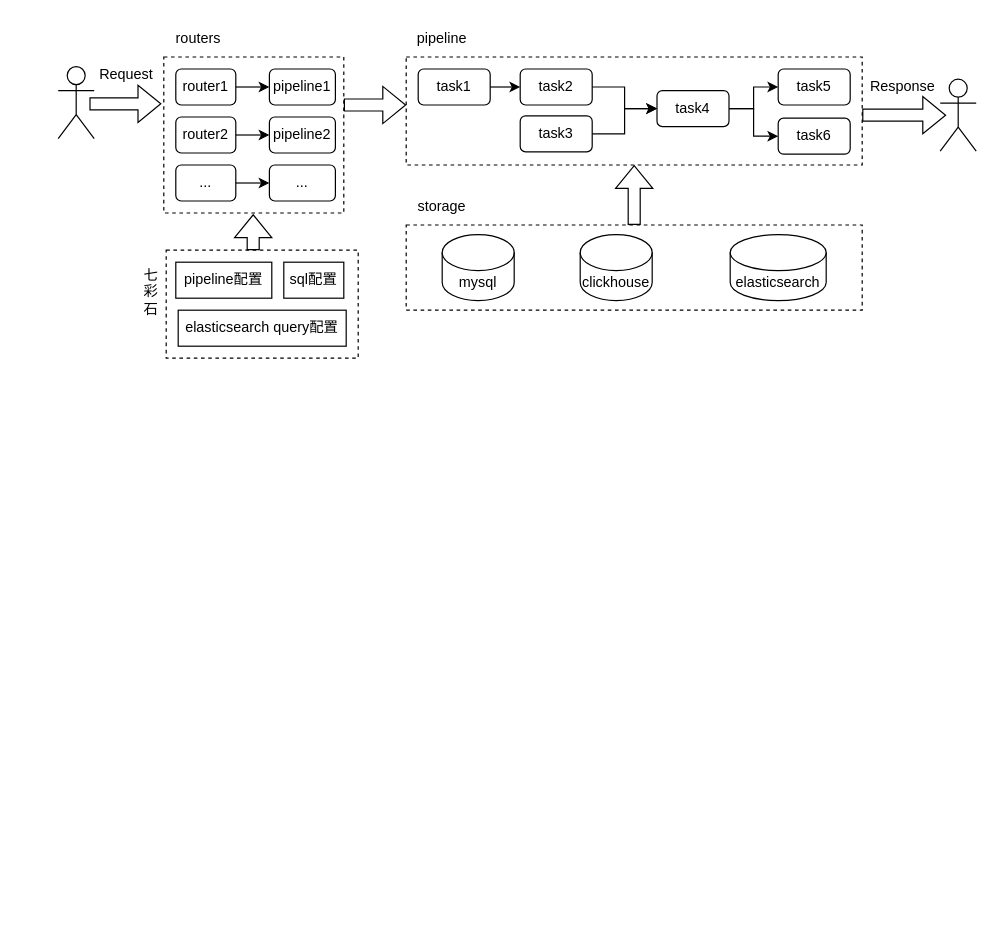
This is cbp-server.drawio from zhufuyin/draw, a draw.io file, before an edit. Source tidied: cells renumbered, new cells numbered last; positions are measured from the earlier drawing's top-left corner, leaving out a move shared by most shapes. Both pictures are drawn from the tidied source at 120%, with x=0, y=0 at pixel (58, 20).
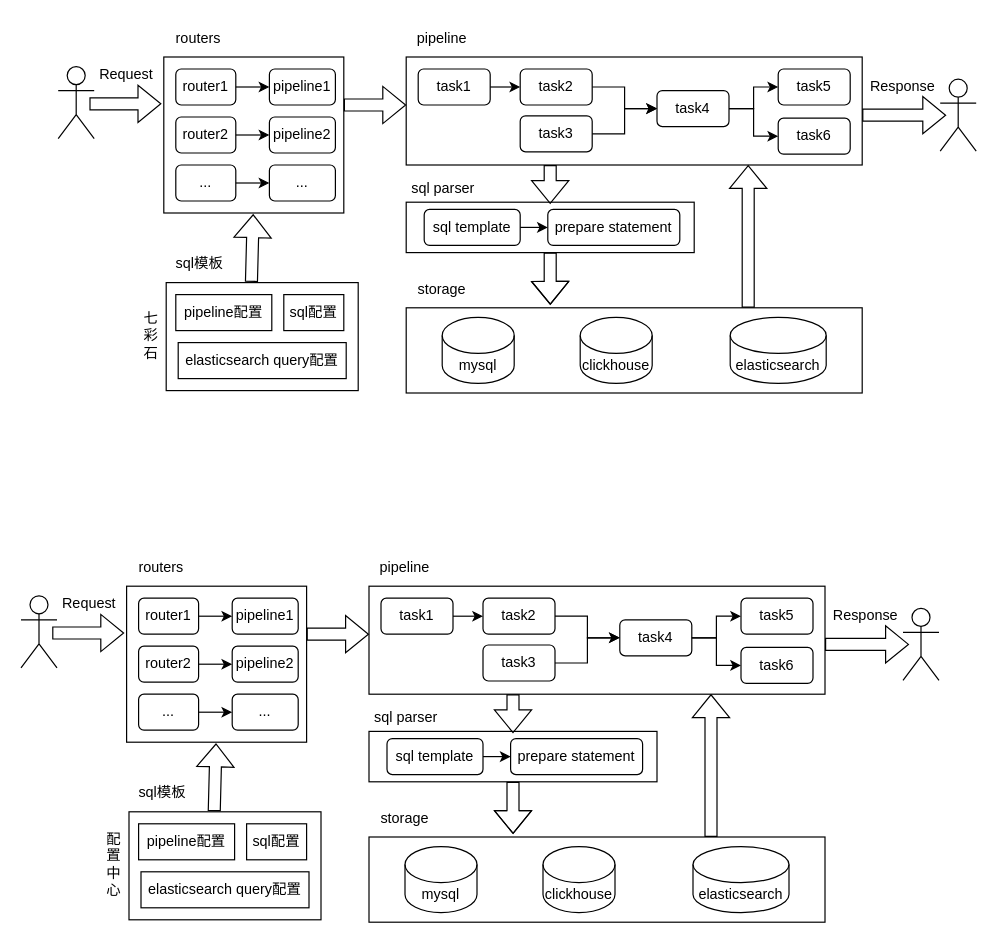
After the change.

The edit, as a diff of the source:
```diff
@@
+    <mxCell id="39" style="edgeStyle=orthogonalEdgeStyle;rounded=0;jettySize=auto;html=1;exitX=0.75;exitY=0;exitDx=0;exitDy=0;entryX=0.75;entryY=1;entryDx=0;entryDy=0;shape=flexArrow;" parent="1" edge="1" source="2" target="3">
+      <mxGeometry relative="1" as="geometry" />
+    </mxCell>
-    <mxCell id="2" style="rounded=0;whiteSpace=wrap;html=1;fillColor=none;dashed=1;" parent="1" vertex="1">
-      <mxGeometry x="290" y="170" width="380" height="71" as="geometry" />
+    <mxCell id="2" style="rounded=0;whiteSpace=wrap;html=1;fillColor=none;" parent="1" vertex="1">
+      <mxGeometry x="290" y="239" width="380" height="71" as="geometry" />
     </mxCell>
+    <mxCell id="45" style="edgeStyle=orthogonalEdgeStyle;rounded=0;orthogonalLoop=1;jettySize=auto;html=1;exitX=0.25;exitY=1;exitDx=0;exitDy=0;entryX=0.396;entryY=0.036;entryDx=0;entryDy=0;entryPerimeter=0;shape=flexArrow;" parent="1" edge="1">
+      <mxGeometry relative="1" as="geometry">
+        <mxPoint x="410" y="120" as="sourcePoint" />
+        <mxPoint x="410" y="152.5" as="targetPoint" />
+      </mxGeometry>
+    </mxCell>
-    <mxCell id="3" style="rounded=0;whiteSpace=wrap;html=1;fillColor=none;dashed=1;" parent="1" vertex="1">
+    <mxCell id="3" style="rounded=0;whiteSpace=wrap;html=1;fillColor=none;" parent="1" vertex="1">
       <mxGeometry x="290" y="30" width="380" height="90" as="geometry" />
     </mxCell>
@@
-    <mxCell id="21" style="rounded=0;whiteSpace=wrap;html=1;fillColor=none;dashed=1;" parent="1" vertex="1">
+    <mxCell id="21" style="rounded=0;whiteSpace=wrap;html=1;fillColor=none;" parent="1" vertex="1">
       <mxGeometry x="88" y="30" width="150" height="130" as="geometry" />
     </mxCell>
@@
     <mxCell id="25" value="pipeline配置" style="rounded=0;whiteSpace=wrap;html=1;fillColor=none;" parent="1" vertex="1">
-      <mxGeometry x="98" y="201" width="80" height="30" as="geometry" />
+      <mxGeometry x="98" y="228" width="80" height="30" as="geometry" />
     </mxCell>
     <mxCell id="26" value="sql配置" style="rounded=0;whiteSpace=wrap;html=1;fillColor=none;" parent="1" vertex="1">
-      <mxGeometry x="188" y="201" width="50" height="30" as="geometry" />
+      <mxGeometry x="188" y="228" width="50" height="30" as="geometry" />
     </mxCell>
     <mxCell id="27" value="elasticsearch query配置" style="rounded=0;whiteSpace=wrap;html=1;fillColor=none;" parent="1" vertex="1">
-      <mxGeometry x="100" y="241" width="140" height="30" as="geometry" />
+      <mxGeometry x="100" y="268" width="140" height="30" as="geometry" />
     </mxCell>
@@
     <mxCell id="35" value="mysql" style="shape=cylinder3;whiteSpace=wrap;html=1;boundedLbl=1;backgroundOutline=1;size=15;fillColor=none;" parent="1" vertex="1">
-      <mxGeometry x="320" y="178" width="60" height="55" as="geometry" />
+      <mxGeometry x="320" y="247" width="60" height="55" as="geometry" />
     </mxCell>
     <mxCell id="36" value="clickhouse" style="shape=cylinder3;whiteSpace=wrap;html=1;boundedLbl=1;backgroundOutline=1;size=15;fillColor=none;" parent="1" vertex="1">
-      <mxGeometry x="435" y="178" width="60" height="55" as="geometry" />
+      <mxGeometry x="435" y="247" width="60" height="55" as="geometry" />
     </mxCell>
     <mxCell id="37" value="elasticsearch" style="shape=cylinder3;whiteSpace=wrap;html=1;boundedLbl=1;backgroundOutline=1;size=15;fillColor=none;" parent="1" vertex="1">
-      <mxGeometry x="560" y="178" width="80" height="55" as="geometry" />
+      <mxGeometry x="560" y="247" width="80" height="55" as="geometry" />
     </mxCell>
@@
-    <mxCell id="39" style="shape=flexArrow;endArrow=classic;html=1;rounded=0;entryX=0.5;entryY=1;entryDx=0;entryDy=0;exitX=0.5;exitY=0;exitDx=0;exitDy=0;" parent="1" edge="1" source="2" target="3">
-      <mxGeometry relative="1" as="geometry" />
-    </mxCell>
-    <mxCell id="40" style="rounded=0;whiteSpace=wrap;html=1;fillColor=none;dashed=1;" parent="1" vertex="1">
-      <mxGeometry x="90" y="191" width="160" height="90" as="geometry" />
+    <mxCell id="40" style="rounded=0;whiteSpace=wrap;html=1;fillColor=none;" parent="1" vertex="1">
+      <mxGeometry x="90" y="218" width="160" height="90" as="geometry" />
     </mxCell>
-    <mxCell id="41" style="shape=flexArrow;endArrow=classic;html=1;rounded=0;entryX=0.5;entryY=1;entryDx=0;entryDy=0;exitX=0.5;exitY=0;exitDx=0;exitDy=0;" parent="1" edge="1">
+    <mxCell id="41" style="shape=flexArrow;endArrow=classic;html=1;rounded=0;entryX=0.5;entryY=1;entryDx=0;entryDy=0;exitX=0.444;exitY=-0.006;exitDx=0;exitDy=0;exitPerimeter=0;" parent="1" edge="1" source="40">
       <mxGeometry relative="1" as="geometry">
-        <mxPoint x="162.5" y="191" as="sourcePoint" />
         <mxPoint x="162.5" y="161" as="targetPoint" />
       </mxGeometry>
     </mxCell>
     <mxCell id="42" value="七彩石" style="text;html=1;strokeColor=none;fillColor=none;align=center;verticalAlign=middle;whiteSpace=wrap;rounded=0;direction=south;" parent="1" vertex="1">
-      <mxGeometry x="65" y="191" width="25" height="70" as="geometry" />
+      <mxGeometry x="65" y="227" width="25" height="70" as="geometry" />
     </mxCell>
@@
     <mxCell id="44" value="storage" style="text;html=1;strokeColor=none;fillColor=none;align=center;verticalAlign=middle;whiteSpace=wrap;rounded=0;" parent="1" vertex="1">
-      <mxGeometry x="290" y="140" width="60" height="30" as="geometry" />
+      <mxGeometry x="290" y="209" width="60" height="30" as="geometry" />
     </mxCell>
+    <mxCell id="46" value="sql模板" style="text;html=1;strokeColor=none;fillColor=none;align=center;verticalAlign=middle;whiteSpace=wrap;rounded=0;" parent="1" vertex="1">
+      <mxGeometry x="88" y="187" width="60" height="30" as="geometry" />
+    </mxCell>
+    <mxCell id="47" style="rounded=0;whiteSpace=wrap;html=1;fillColor=none;" parent="1" vertex="1">
+      <mxGeometry x="290" y="151" width="240" height="42" as="geometry" />
+    </mxCell>
+    <mxCell id="48" style="edgeStyle=orthogonalEdgeStyle;rounded=0;jettySize=auto;html=1;exitX=1;exitY=0.5;exitDx=0;exitDy=0;entryX=0;entryY=0.5;entryDx=0;entryDy=0;" parent="1" edge="1" source="49" target="50">
+      <mxGeometry relative="1" as="geometry" />
+    </mxCell>
+    <mxCell id="49" value="sql template" style="rounded=1;whiteSpace=wrap;html=1;fillColor=none;" parent="1" vertex="1">
+      <mxGeometry x="305" y="157" width="80" height="30" as="geometry" />
+    </mxCell>
+    <mxCell id="50" value="prepare statement" style="rounded=1;whiteSpace=wrap;html=1;fillColor=none;" parent="1" vertex="1">
+      <mxGeometry x="408" y="157" width="110" height="30" as="geometry" />
+    </mxCell>
+    <mxCell id="51" value="sql parser" style="text;html=1;strokeColor=none;fillColor=none;align=center;verticalAlign=middle;whiteSpace=wrap;rounded=0;" parent="1" vertex="1">
+      <mxGeometry x="291" y="125" width="60" height="30" as="geometry" />
+    </mxCell>
+    <mxCell id="52" style="edgeStyle=orthogonalEdgeStyle;rounded=0;jettySize=auto;html=1;exitX=0.5;exitY=1;exitDx=0;exitDy=0;entryX=0.316;entryY=-0.035;entryDx=0;entryDy=0;entryPerimeter=0;shape=flexArrow;" parent="1" edge="1" source="47" target="2">
+      <mxGeometry relative="1" as="geometry" />
+    </mxCell>
+    <mxCell id="53" style="edgeStyle=orthogonalEdgeStyle;rounded=0;jettySize=auto;html=1;exitX=0.75;exitY=0;exitDx=0;exitDy=0;entryX=0.75;entryY=1;entryDx=0;entryDy=0;shape=flexArrow;" parent="1" edge="1" source="54" target="56">
+      <mxGeometry relative="1" as="geometry" />
+    </mxCell>
+    <mxCell id="54" style="rounded=0;whiteSpace=wrap;html=1;fillColor=none;" parent="1" vertex="1">
+      <mxGeometry x="259" y="680" width="380" height="71" as="geometry" />
+    </mxCell>
+    <mxCell id="55" style="edgeStyle=orthogonalEdgeStyle;rounded=0;orthogonalLoop=1;jettySize=auto;html=1;exitX=0.25;exitY=1;exitDx=0;exitDy=0;entryX=0.396;entryY=0.036;entryDx=0;entryDy=0;entryPerimeter=0;shape=flexArrow;" parent="1" edge="1">
+      <mxGeometry relative="1" as="geometry">
+        <mxPoint x="379" y="561" as="sourcePoint" />
+        <mxPoint x="379" y="593.5" as="targetPoint" />
+      </mxGeometry>
+    </mxCell>
+    <mxCell id="56" style="rounded=0;whiteSpace=wrap;html=1;fillColor=none;" parent="1" vertex="1">
+      <mxGeometry x="259" y="471" width="380" height="90" as="geometry" />
+    </mxCell>
+    <mxCell id="57" style="edgeStyle=orthogonalEdgeStyle;rounded=0;jettySize=auto;html=1;exitX=1;exitY=0.5;exitDx=0;exitDy=0;entryX=0;entryY=0.5;entryDx=0;entryDy=0;" parent="1" edge="1" source="58" target="60">
+      <mxGeometry relative="1" as="geometry" />
+    </mxCell>
+    <mxCell id="58" value="task1" style="rounded=1;whiteSpace=wrap;html=1;fillColor=none;" parent="1" vertex="1">
+      <mxGeometry x="269" y="481" width="60" height="30" as="geometry" />
+    </mxCell>
+    <mxCell id="59" style="edgeStyle=orthogonalEdgeStyle;rounded=0;jettySize=auto;html=1;exitX=1;exitY=0.5;exitDx=0;exitDy=0;entryX=0;entryY=0.5;entryDx=0;entryDy=0;" parent="1" edge="1" source="60" target="65">
+      <mxGeometry relative="1" as="geometry" />
+    </mxCell>
+    <mxCell id="60" value="task2" style="rounded=1;whiteSpace=wrap;html=1;fillColor=none;" parent="1" vertex="1">
+      <mxGeometry x="354" y="481" width="60" height="30" as="geometry" />
+    </mxCell>
+    <mxCell id="61" style="edgeStyle=orthogonalEdgeStyle;rounded=0;jettySize=auto;html=1;exitX=1;exitY=0.5;exitDx=0;exitDy=0;entryX=0;entryY=0.5;entryDx=0;entryDy=0;" parent="1" edge="1" source="62" target="65">
+      <mxGeometry relative="1" as="geometry" />
+    </mxCell>
+    <mxCell id="62" value="task3" style="rounded=1;whiteSpace=wrap;html=1;fillColor=none;" parent="1" vertex="1">
+      <mxGeometry x="354" y="520" width="60" height="30" as="geometry" />
+    </mxCell>
+    <mxCell id="63" style="edgeStyle=orthogonalEdgeStyle;rounded=0;jettySize=auto;html=1;exitX=1;exitY=0.5;exitDx=0;exitDy=0;entryX=0;entryY=0.5;entryDx=0;entryDy=0;" parent="1" edge="1" source="65" target="67">
+      <mxGeometry relative="1" as="geometry" />
+    </mxCell>
+    <mxCell id="64" style="edgeStyle=orthogonalEdgeStyle;rounded=0;jettySize=auto;html=1;exitX=1;exitY=0.5;exitDx=0;exitDy=0;entryX=0;entryY=0.5;entryDx=0;entryDy=0;" parent="1" edge="1" source="65" target="66">
+      <mxGeometry relative="1" as="geometry" />
+    </mxCell>
+    <mxCell id="65" value="task4" style="rounded=1;whiteSpace=wrap;html=1;fillColor=none;" parent="1" vertex="1">
+      <mxGeometry x="468" y="499" width="60" height="30" as="geometry" />
+    </mxCell>
+    <mxCell id="66" value="task6" style="rounded=1;whiteSpace=wrap;html=1;fillColor=none;" parent="1" vertex="1">
+      <mxGeometry x="569" y="522" width="60" height="30" as="geometry" />
+    </mxCell>
+    <mxCell id="67" value="task5" style="rounded=1;whiteSpace=wrap;html=1;fillColor=none;" parent="1" vertex="1">
+      <mxGeometry x="569" y="481" width="60" height="30" as="geometry" />
+    </mxCell>
+    <mxCell id="68" style="shape=umlActor;verticalLabelPosition=bottom;verticalAlign=top;html=1;fillColor=none;" parent="1" vertex="1">
+      <mxGeometry x="-31" y="479" width="30" height="60" as="geometry" />
+    </mxCell>
+    <mxCell id="69" style="shape=flexArrow;endArrow=classic;html=1;rounded=0;" parent="1" edge="1">
+      <mxGeometry relative="1" as="geometry">
+        <mxPoint x="-5" y="510" as="sourcePoint" />
+        <mxPoint x="55" y="510" as="targetPoint" />
+      </mxGeometry>
+    </mxCell>
+    <mxCell id="70" style="shape=flexArrow;endArrow=classic;html=1;rounded=0;" parent="1" edge="1">
+      <mxGeometry relative="1" as="geometry">
+        <mxPoint x="639" y="519.5" as="sourcePoint" />
+        <mxPoint x="709" y="519.5" as="targetPoint" />
+      </mxGeometry>
+    </mxCell>
+    <mxCell id="71" style="shape=umlActor;verticalLabelPosition=bottom;verticalAlign=top;html=1;fillColor=none;" parent="1" vertex="1">
+      <mxGeometry x="704" y="489.5" width="30" height="60" as="geometry" />
+    </mxCell>
+    <mxCell id="72" value="Request" style="text;html=1;strokeColor=none;fillColor=none;align=center;verticalAlign=middle;whiteSpace=wrap;rounded=0;" parent="1" vertex="1">
+      <mxGeometry x="-4" y="471" width="60" height="30" as="geometry" />
+    </mxCell>
+    <mxCell id="73" value="Response" style="text;html=1;strokeColor=none;fillColor=none;align=center;verticalAlign=middle;whiteSpace=wrap;rounded=0;" parent="1" vertex="1">
+      <mxGeometry x="643" y="480.5" width="60" height="30" as="geometry" />
+    </mxCell>
+    <mxCell id="74" style="rounded=0;whiteSpace=wrap;html=1;fillColor=none;" parent="1" vertex="1">
+      <mxGeometry x="57" y="471" width="150" height="130" as="geometry" />
+    </mxCell>
+    <mxCell id="75" style="edgeStyle=orthogonalEdgeStyle;rounded=0;jettySize=auto;html=1;exitX=1;exitY=0.5;exitDx=0;exitDy=0;entryX=0;entryY=0.5;entryDx=0;entryDy=0;" parent="1" edge="1" source="76" target="77">
+      <mxGeometry relative="1" as="geometry" />
+    </mxCell>
+    <mxCell id="76" value="router1" style="rounded=1;whiteSpace=wrap;html=1;fillColor=none;" parent="1" vertex="1">
+      <mxGeometry x="67" y="481" width="50" height="30" as="geometry" />
+    </mxCell>
+    <mxCell id="77" value="pipeline1" style="rounded=1;whiteSpace=wrap;html=1;fillColor=none;" parent="1" vertex="1">
+      <mxGeometry x="145" y="481" width="55" height="30" as="geometry" />
+    </mxCell>
+    <mxCell id="78" value="pipeline配置" style="rounded=0;whiteSpace=wrap;html=1;fillColor=none;" parent="1" vertex="1">
+      <mxGeometry x="67" y="669" width="80" height="30" as="geometry" />
+    </mxCell>
+    <mxCell id="79" value="sql配置" style="rounded=0;whiteSpace=wrap;html=1;fillColor=none;" parent="1" vertex="1">
+      <mxGeometry x="157" y="669" width="50" height="30" as="geometry" />
+    </mxCell>
+    <mxCell id="80" value="elasticsearch query配置" style="rounded=0;whiteSpace=wrap;html=1;fillColor=none;" parent="1" vertex="1">
+      <mxGeometry x="69" y="709" width="140" height="30" as="geometry" />
+    </mxCell>
+    <mxCell id="81" style="edgeStyle=orthogonalEdgeStyle;rounded=0;jettySize=auto;html=1;exitX=1;exitY=0.5;exitDx=0;exitDy=0;entryX=0;entryY=0.5;entryDx=0;entryDy=0;" parent="1" edge="1" source="82" target="83">
+      <mxGeometry relative="1" as="geometry" />
+    </mxCell>
+    <mxCell id="82" value="router2" style="rounded=1;whiteSpace=wrap;html=1;fillColor=none;" parent="1" vertex="1">
+      <mxGeometry x="67" y="521" width="50" height="30" as="geometry" />
+    </mxCell>
+    <mxCell id="83" value="pipeline2" style="rounded=1;whiteSpace=wrap;html=1;fillColor=none;" parent="1" vertex="1">
+      <mxGeometry x="145" y="521" width="55" height="30" as="geometry" />
+    </mxCell>
+    <mxCell id="84" style="edgeStyle=orthogonalEdgeStyle;rounded=0;jettySize=auto;html=1;exitX=1;exitY=0.5;exitDx=0;exitDy=0;entryX=0;entryY=0.5;entryDx=0;entryDy=0;" parent="1" edge="1" source="85" target="86">
+      <mxGeometry relative="1" as="geometry" />
+    </mxCell>
+    <mxCell id="85" value="..." style="rounded=1;whiteSpace=wrap;html=1;fillColor=none;" parent="1" vertex="1">
+      <mxGeometry x="67" y="561" width="50" height="30" as="geometry" />
+    </mxCell>
+    <mxCell id="86" value="..." style="rounded=1;whiteSpace=wrap;html=1;fillColor=none;" parent="1" vertex="1">
+      <mxGeometry x="145" y="561" width="55" height="30" as="geometry" />
+    </mxCell>
+    <mxCell id="87" style="shape=flexArrow;endArrow=classic;html=1;rounded=0;" parent="1" edge="1">
+      <mxGeometry relative="1" as="geometry">
+        <mxPoint x="207" y="511" as="sourcePoint" />
+        <mxPoint x="259" y="511" as="targetPoint" />
+      </mxGeometry>
+    </mxCell>
+    <mxCell id="88" value="mysql" style="shape=cylinder3;whiteSpace=wrap;html=1;boundedLbl=1;backgroundOutline=1;size=15;fillColor=none;" parent="1" vertex="1">
+      <mxGeometry x="289" y="688" width="60" height="55" as="geometry" />
+    </mxCell>
+    <mxCell id="89" value="clickhouse" style="shape=cylinder3;whiteSpace=wrap;html=1;boundedLbl=1;backgroundOutline=1;size=15;fillColor=none;" parent="1" vertex="1">
+      <mxGeometry x="404" y="688" width="60" height="55" as="geometry" />
+    </mxCell>
+    <mxCell id="90" value="elasticsearch" style="shape=cylinder3;whiteSpace=wrap;html=1;boundedLbl=1;backgroundOutline=1;size=15;fillColor=none;" parent="1" vertex="1">
+      <mxGeometry x="529" y="688" width="80" height="55" as="geometry" />
+    </mxCell>
+    <mxCell id="91" value="pipeline" style="text;html=1;strokeColor=none;fillColor=none;align=center;verticalAlign=middle;whiteSpace=wrap;rounded=0;" parent="1" vertex="1">
+      <mxGeometry x="259" y="441" width="60" height="30" as="geometry" />
+    </mxCell>
+    <mxCell id="92" style="rounded=0;whiteSpace=wrap;html=1;fillColor=none;" parent="1" vertex="1">
+      <mxGeometry x="59" y="659" width="160" height="90" as="geometry" />
+    </mxCell>
+    <mxCell id="93" style="shape=flexArrow;endArrow=classic;html=1;rounded=0;entryX=0.5;entryY=1;entryDx=0;entryDy=0;exitX=0.444;exitY=-0.006;exitDx=0;exitDy=0;exitPerimeter=0;" parent="1" edge="1" source="92">
+      <mxGeometry relative="1" as="geometry">
+        <mxPoint x="131.5" y="602" as="targetPoint" />
+      </mxGeometry>
+    </mxCell>
+    <mxCell id="94" value="配置中心" style="text;html=1;strokeColor=none;fillColor=none;align=center;verticalAlign=middle;whiteSpace=wrap;rounded=0;direction=south;" parent="1" vertex="1">
+      <mxGeometry x="34" y="668" width="25" height="70" as="geometry" />
+    </mxCell>
+    <mxCell id="95" value="routers" style="text;html=1;strokeColor=none;fillColor=none;align=center;verticalAlign=middle;whiteSpace=wrap;rounded=0;" parent="1" vertex="1">
+      <mxGeometry x="56" y="441" width="60" height="30" as="geometry" />
+    </mxCell>
+    <mxCell id="96" value="storage" style="text;html=1;strokeColor=none;fillColor=none;align=center;verticalAlign=middle;whiteSpace=wrap;rounded=0;" parent="1" vertex="1">
+      <mxGeometry x="259" y="650" width="60" height="30" as="geometry" />
+    </mxCell>
+    <mxCell id="97" value="sql模板" style="text;html=1;strokeColor=none;fillColor=none;align=center;verticalAlign=middle;whiteSpace=wrap;rounded=0;" parent="1" vertex="1">
+      <mxGeometry x="57" y="628" width="60" height="30" as="geometry" />
+    </mxCell>
+    <mxCell id="98" style="rounded=0;whiteSpace=wrap;html=1;fillColor=none;" parent="1" vertex="1">
+      <mxGeometry x="259" y="592" width="240" height="42" as="geometry" />
+    </mxCell>
+    <mxCell id="99" style="edgeStyle=orthogonalEdgeStyle;rounded=0;jettySize=auto;html=1;exitX=1;exitY=0.5;exitDx=0;exitDy=0;entryX=0;entryY=0.5;entryDx=0;entryDy=0;" parent="1" edge="1" source="100" target="101">
+      <mxGeometry relative="1" as="geometry" />
+    </mxCell>
+    <mxCell id="100" value="sql template" style="rounded=1;whiteSpace=wrap;html=1;fillColor=none;" parent="1" vertex="1">
+      <mxGeometry x="274" y="598" width="80" height="30" as="geometry" />
+    </mxCell>
+    <mxCell id="101" value="prepare statement" style="rounded=1;whiteSpace=wrap;html=1;fillColor=none;" parent="1" vertex="1">
+      <mxGeometry x="377" y="598" width="110" height="30" as="geometry" />
+    </mxCell>
+    <mxCell id="102" value="sql parser" style="text;html=1;strokeColor=none;fillColor=none;align=center;verticalAlign=middle;whiteSpace=wrap;rounded=0;" parent="1" vertex="1">
+      <mxGeometry x="260" y="566" width="60" height="30" as="geometry" />
+    </mxCell>
+    <mxCell id="103" style="edgeStyle=orthogonalEdgeStyle;rounded=0;jettySize=auto;html=1;exitX=0.5;exitY=1;exitDx=0;exitDy=0;entryX=0.316;entryY=-0.035;entryDx=0;entryDy=0;entryPerimeter=0;shape=flexArrow;" parent="1" edge="1" source="98" target="54">
+      <mxGeometry relative="1" as="geometry" />
+    </mxCell>
```
